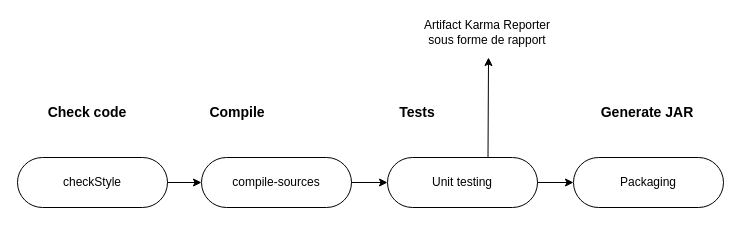
This is Diagramme sans nom.drawio from cjour/audit_logistics, a draw.io file, before an edit. Source tidied: cells renumbered, new cells numbered last; positions are measured from the earlier drawing's top-left corner, leaving out a move shared by most shapes. Both pictures are drawn from the tidied source at 100%, with x=0, y=0 at pixel (17, 17).
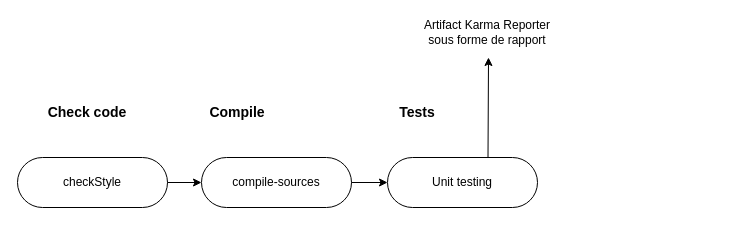
The same diagram, later.

Commit message:
Mettre à jour Diagramme sans nom.drawio

Change to the diagram source:
```diff
@@
 <mxGraphModel>
   <root>
     <mxCell id="0" />
     <mxCell id="1" parent="0" />
     <mxCell id="2" value="compile-sources" style="rounded=1;whiteSpace=wrap;html=1;arcSize=50;" parent="1" vertex="1">
       <mxGeometry x="184" y="140" width="150" height="50" as="geometry" />
     </mxCell>
     <mxCell id="3" value="Unit testing" style="rounded=1;whiteSpace=wrap;html=1;arcSize=50;" parent="1" vertex="1">
       <mxGeometry x="370" y="140" width="150" height="50" as="geometry" />
     </mxCell>
     <mxCell id="4" value="checkStyle" style="rounded=1;whiteSpace=wrap;html=1;arcSize=50;" parent="1" vertex="1">
       <mxGeometry y="140" width="150" height="50" as="geometry" />
     </mxCell>
     <mxCell id="5" value="Check code" style="text;html=1;strokeColor=none;fillColor=none;align=center;verticalAlign=middle;whiteSpace=wrap;rounded=0;fontStyle=1;fontSize=14;" parent="1" vertex="1">
       <mxGeometry x="20" y="80" width="100" height="30" as="geometry" />
     </mxCell>
     <mxCell id="6" value="Compile" style="text;html=1;strokeColor=none;fillColor=none;align=center;verticalAlign=middle;whiteSpace=wrap;rounded=0;fontStyle=1;fontSize=14;" parent="1" vertex="1">
       <mxGeometry x="190" y="80" width="60" height="30" as="geometry" />
     </mxCell>
     <mxCell id="7" value="Tests" style="text;html=1;strokeColor=none;fillColor=none;align=center;verticalAlign=middle;whiteSpace=wrap;rounded=0;fontStyle=1;fontSize=14;" parent="1" vertex="1">
       <mxGeometry x="370" y="80" width="60" height="30" as="geometry" />
     </mxCell>
     <mxCell id="8" style="endArrow=classic;html=1;rounded=0;exitX=0.75;exitY=0;exitDx=0;exitDy=0;" parent="1" edge="1">
       <mxGeometry relative="1" as="geometry">
         <mxPoint x="470.5" y="140" as="sourcePoint" />
         <mxPoint x="471" y="40" as="targetPoint" />
       </mxGeometry>
     </mxCell>
     <mxCell id="9" value="Artifact Karma Reporter sous forme de rapport" style="text;html=1;strokeColor=none;fillColor=none;align=center;verticalAlign=middle;whiteSpace=wrap;rounded=0;" parent="1" vertex="1">
       <mxGeometry x="400" width="140" height="30" as="geometry" />
     </mxCell>
     <mxCell id="10" style="endArrow=classic;html=1;rounded=0;exitX=1;exitY=0.5;exitDx=0;exitDy=0;entryX=0;entryY=0.5;entryDx=0;entryDy=0;" parent="1" edge="1" source="4" target="2">
       <mxGeometry relative="1" as="geometry" />
     </mxCell>
     <mxCell id="11" style="endArrow=classic;html=1;rounded=0;entryX=0;entryY=0.5;entryDx=0;entryDy=0;exitX=1;exitY=0.5;exitDx=0;exitDy=0;" parent="1" edge="1" source="2" target="3">
       <mxGeometry relative="1" as="geometry" />
     </mxCell>
-    <mxCell id="12" value="Generate JAR" style="text;html=1;strokeColor=none;fillColor=none;align=center;verticalAlign=middle;whiteSpace=wrap;rounded=0;fontStyle=1;fontSize=14;" parent="1" vertex="1">
-      <mxGeometry x="580" y="80" width="100" height="30" as="geometry" />
-    </mxCell>
-    <mxCell id="13" value="Packaging" style="rounded=1;whiteSpace=wrap;html=1;arcSize=50;" parent="1" vertex="1">
-      <mxGeometry x="556" y="140" width="150" height="50" as="geometry" />
-    </mxCell>
-    <mxCell id="14" style="endArrow=classic;html=1;rounded=0;entryX=0;entryY=0.5;entryDx=0;entryDy=0;exitX=1;exitY=0.5;exitDx=0;exitDy=0;" parent="1" edge="1" target="13">
-      <mxGeometry relative="1" as="geometry">
-        <mxPoint x="520" y="165" as="sourcePoint" />
-      </mxGeometry>
-    </mxCell>
   </root>
 </mxGraphModel>
```
